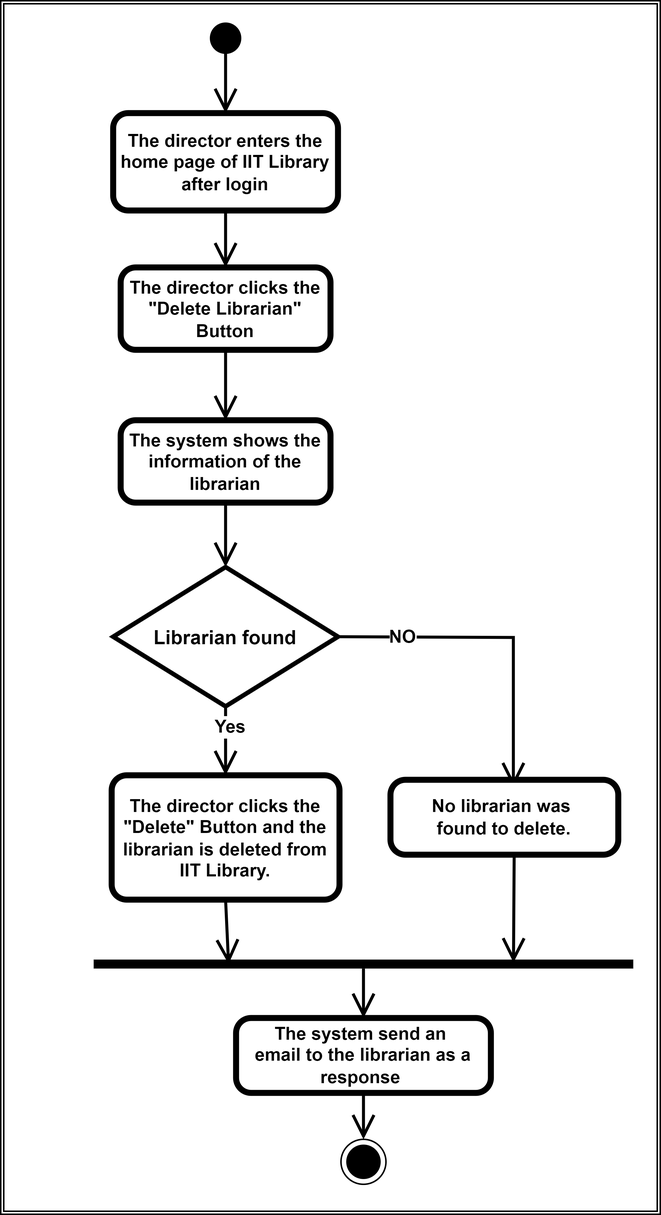
Before: SRS/Activity Diagram/Activity Diagram 27.png, a diagram exported from draw.io (IIT-NSTU/IIT-Library-2.0). Source tidied: cells renumbered, new cells last; positions are measured from the earlier drawing's top-left corner, leaving out a move shared by most shapes.
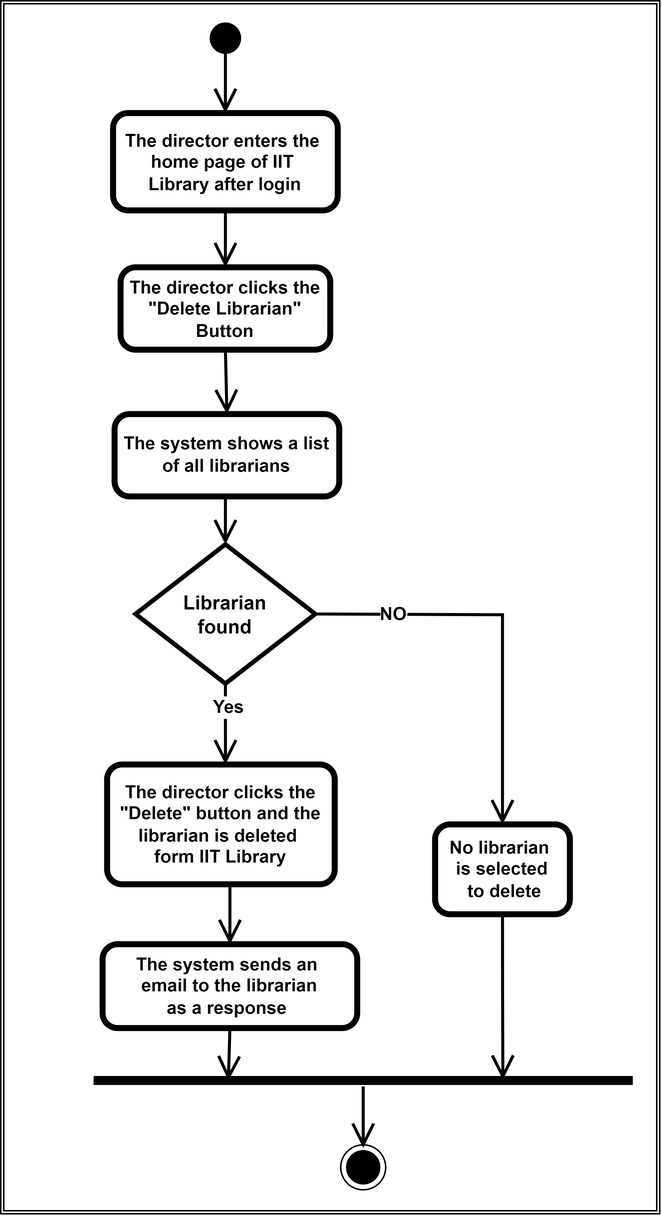
The same file after the commit.

Diff of the diagram source:
```diff
@@ -5,16 +5,13 @@
     <mxCell id="2" style="shape=ext;double=1;rounded=0;whiteSpace=wrap;html=1;fillStyle=solid;strokeColor=default;strokeWidth=1;fillColor=#FFFFFF;gradientColor=none;fontColor=#FFFFFF;spacingBottom=0;spacingTop=-6;spacingRight=2;spacingLeft=-4;" parent="1" vertex="1">
       <mxGeometry width="440" height="810" as="geometry" />
     </mxCell>
-    <mxCell id="3" style="ellipse;html=1;shape=endState;fillColor=#000000;strokeColor=#000000;" parent="1" vertex="1">
-      <mxGeometry x="227" y="760" width="30" height="30" as="geometry" />
-    </mxCell>
     <mxCell id="4" style="rounded=0;jettySize=auto;html=1;entryX=0.5;entryY=0;entryDx=0;entryDy=0;entryPerimeter=0;endArrow=open;endFill=0;endSize=12;strokeColor=#000000;strokeWidth=2;exitX=0.5;exitY=1;exitDx=0;exitDy=0;" parent="1" edge="1" source="7" target="6">
       <mxGeometry relative="1" as="geometry" />
     </mxCell>
     <mxCell id="5" style="edgeStyle=none;rounded=0;jettySize=auto;html=1;exitX=0.5;exitY=1;exitDx=0;exitDy=0;exitPerimeter=0;entryX=0.5;entryY=0;entryDx=0;entryDy=0;entryPerimeter=0;endArrow=open;endFill=0;endSize=12;strokeColor=#000000;strokeWidth=2;" parent="1" edge="1" source="6" target="9">
       <mxGeometry relative="1" as="geometry" />
     </mxCell>
-    <mxCell id="6" value="The director enters the home page of IIT Library after login" style="points=[[0.25,0,0],[0.5,0,0],[0.75,0,0],[1,0.25,0],[1,0.5,0],[1,0.75,0],[0.75,1,0],[0.5,1,0],[0.25,1,0],[0,0.75,0],[0,0.5,0],[0,0.25,0]];shape=mxgraph.bpmn.task;whiteSpace=wrap;rectStyle=rounded;size=10;bpmnShapeType=call;strokeColor=#000000;fontStyle=1;" parent="1" vertex="1">
+    <mxCell id="6" value="The director enters the &#10;home page of IIT &#10;Library after login" style="points=[[0.25,0,0],[0.5,0,0],[0.75,0,0],[1,0.25,0],[1,0.5,0],[1,0.75,0],[0.75,1,0],[0.5,1,0],[0.25,1,0],[0,0.75,0],[0,0.5,0],[0,0.25,0]];shape=mxgraph.bpmn.task;whiteSpace=wrap;rectStyle=rounded;size=10;bpmnShapeType=call;strokeColor=#000000;fontStyle=1;" parent="1" vertex="1">
       <mxGeometry x="75" y="75" width="150" height="65" as="geometry" />
     </mxCell>
     <mxCell id="7" style="ellipse;shape=doubleEllipse;whiteSpace=wrap;html=1;fillStyle=solid;strokeColor=default;strokeWidth=1;fillColor=#000000;gradientColor=none;" parent="1" vertex="1">
@@ -26,61 +23,60 @@
     <mxCell id="9" value="The director clicks the &quot;Delete Librarian&quot; Button" style="points=[[0.25,0,0],[0.5,0,0],[0.75,0,0],[1,0.25,0],[1,0.5,0],[1,0.75,0],[0.75,1,0],[0.5,1,0],[0.25,1,0],[0,0.75,0],[0,0.5,0],[0,0.25,0]];shape=mxgraph.bpmn.task;whiteSpace=wrap;rectStyle=rounded;size=10;bpmnShapeType=call;strokeColor=#000000;fontStyle=1;" parent="1" vertex="1">
       <mxGeometry x="80" y="178" width="140" height="55" as="geometry" />
     </mxCell>
-    <mxCell id="10" style="edgeStyle=none;rounded=0;jettySize=auto;html=1;exitX=0.5;exitY=1;exitDx=0;exitDy=0;exitPerimeter=0;fontSize=12;fontColor=#000000;startArrow=none;startFill=0;endArrow=open;endFill=0;startSize=12;endSize=12;strokeColor=#000000;strokeWidth=2;fontStyle=1;entryX=0.5;entryY=0;entryDx=0;entryDy=0;entryPerimeter=0;" parent="1" edge="1" source="14" target="16">
+    <mxCell id="10" style="edgeStyle=none;rounded=0;jettySize=auto;html=1;exitX=0.5;exitY=1;exitDx=0;exitDy=0;exitPerimeter=0;fontSize=12;fontColor=#000000;startArrow=none;startFill=0;endArrow=open;endFill=0;startSize=12;endSize=12;strokeColor=#000000;strokeWidth=2;fontStyle=1;entryX=0.52;entryY=-0.001;entryDx=0;entryDy=0;entryPerimeter=0;" parent="1" edge="1" source="14" target="16">
       <mxGeometry relative="1" as="geometry" />
     </mxCell>
     <mxCell id="11" value="Yes" style="edgeLabel;html=1;align=center;verticalAlign=middle;fontSize=12;fontColor=#000000;fontStyle=1;" parent="10" vertex="1">
       <mxGeometry x="-0.43" y="2" relative="1" as="geometry" />
     </mxCell>
-    <mxCell id="12" style="edgeStyle=none;rounded=0;jettySize=auto;html=1;exitX=1;exitY=0.5;exitDx=0;exitDy=0;exitPerimeter=0;entryX=0.5;entryY=0;entryDx=0;entryDy=0;entryPerimeter=0;fontSize=12;fontColor=#000000;startArrow=none;startFill=0;endArrow=open;endFill=0;startSize=12;endSize=12;strokeColor=#000000;strokeWidth=2;spacingLeft=0;spacingRight=3;" parent="1" edge="1" source="14">
+    <mxCell id="12" style="edgeStyle=none;rounded=0;jettySize=auto;html=1;exitX=1;exitY=0.5;exitDx=0;exitDy=0;exitPerimeter=0;entryX=0.5;entryY=0;entryDx=0;entryDy=0;entryPerimeter=0;fontSize=12;fontColor=#000000;startArrow=none;startFill=0;endArrow=open;endFill=0;startSize=12;endSize=12;strokeColor=#000000;strokeWidth=2;spacingLeft=0;spacingRight=3;" parent="1" edge="1" source="14" target="21">
       <mxGeometry relative="1" as="geometry">
-        <mxPoint x="342" y="525" as="targetPoint" />
         <Array as="points">
-          <mxPoint x="342" y="425" />
+          <mxPoint x="335" y="410" />
         </Array>
       </mxGeometry>
     </mxCell>
     <mxCell id="13" value="&lt;b&gt;NO&lt;/b&gt;" style="edgeLabel;html=1;align=center;verticalAlign=middle;fontSize=12;fontColor=#000000;" parent="12" vertex="1">
       <mxGeometry x="-0.61" relative="1" as="geometry" />
     </mxCell>
-    <mxCell id="14" value="&lt;font color=&quot;#000000&quot;&gt;Librarian found&lt;br&gt;&lt;/font&gt;" style="strokeWidth=3;html=1;shape=mxgraph.flowchart.decision;whiteSpace=wrap;fillStyle=solid;fontColor=#FFFFFF;fillColor=#FFFFFF;gradientColor=none;fontSize=13;fontStyle=1;" parent="1" vertex="1">
-      <mxGeometry x="75" y="378" width="150" height="93" as="geometry" />
+    <mxCell id="14" value="&lt;font color=&quot;#000000&quot;&gt;Librarian&lt;br&gt;found&lt;br&gt;&lt;/font&gt;" style="strokeWidth=3;html=1;shape=mxgraph.flowchart.decision;whiteSpace=wrap;fillStyle=solid;fontColor=#FFFFFF;fillColor=#FFFFFF;gradientColor=none;fontSize=13;fontStyle=1;" parent="1" vertex="1">
+      <mxGeometry x="90" y="363" width="120" height="93" as="geometry" />
     </mxCell>
-    <mxCell id="15" style="edgeStyle=none;rounded=0;jettySize=auto;html=1;exitX=0.5;exitY=1;exitDx=0;exitDy=0;exitPerimeter=0;entryX=0.25;entryY=0.5;entryDx=0;entryDy=0;entryPerimeter=0;fontSize=12;fontColor=#000000;startArrow=none;startFill=0;endArrow=open;endFill=0;startSize=12;endSize=12;strokeColor=#000000;strokeWidth=2;" parent="1" edge="1" source="16" target="20">
-      <mxGeometry relative="1" as="geometry" />
-    </mxCell>
+    <mxCell id="25" style="edgeStyle=orthogonalEdgeStyle;rounded=0;jettySize=auto;html=1;exitX=0.5;exitY=1;exitDx=0;exitDy=0;exitPerimeter=0;entryX=0.5;entryY=0;entryDx=0;entryDy=0;entryPerimeter=0;endArrow=open;endFill=0;endSize=12;strokeWidth=2;" parent="1" edge="1" source="16" target="24">
+      <mxGeometry relative="1" as="geometry" />
+    </mxCell>
-    <mxCell id="16" value="The director clicks the &quot;Delete&quot; Button and the librarian is deleted from IIT Library." style="points=[[0.25,0,0],[0.5,0,0],[0.75,0,0],[1,0.25,0],[1,0.5,0],[1,0.75,0],[0.75,1,0],[0.5,1,0],[0.25,1,0],[0,0.75,0],[0,0.5,0],[0,0.25,0]];shape=mxgraph.bpmn.task;whiteSpace=wrap;rectStyle=rounded;size=10;bpmnShapeType=call;strokeColor=#000000;fontStyle=1;" parent="1" vertex="1">
-      <mxGeometry x="74" y="517" width="152" height="83" as="geometry" />
+    <mxCell id="16" value="The director clicks the &quot;Delete&quot; button and the librarian is deleted &#10;form IIT Library" style="points=[[0.25,0,0],[0.5,0,0],[0.75,0,0],[1,0.25,0],[1,0.5,0],[1,0.75,0],[0.75,1,0],[0.5,1,0],[0.25,1,0],[0,0.75,0],[0,0.5,0],[0,0.25,0]];shape=mxgraph.bpmn.task;whiteSpace=wrap;rectStyle=rounded;size=10;bpmnShapeType=call;strokeColor=#000000;fontStyle=1;" parent="1" vertex="1">
+      <mxGeometry x="71" y="510" width="152" height="80" as="geometry" />
     </mxCell>
-    <mxCell id="17" style="edgeStyle=none;rounded=0;jettySize=auto;html=1;exitX=0.543;exitY=1.013;exitDx=0;exitDy=0;exitPerimeter=0;entryX=0.778;entryY=1;entryDx=0;entryDy=0;entryPerimeter=0;fontSize=12;fontColor=#000000;startArrow=none;startFill=0;endArrow=open;endFill=0;startSize=12;endSize=12;strokeColor=#000000;strokeWidth=2;" parent="1" edge="1" source="21">
-      <mxGeometry relative="1" as="geometry">
-        <mxPoint x="342.1" y="642" as="targetPoint" />
-      </mxGeometry>
-    </mxCell>
-    <mxCell id="18" style="edgeStyle=none;rounded=0;jettySize=auto;html=1;entryX=0.5;entryY=0;entryDx=0;entryDy=0;fontSize=12;fontColor=#000000;startArrow=none;startFill=0;endArrow=open;endFill=0;startSize=12;endSize=12;strokeColor=#000000;strokeWidth=2;" parent="1" edge="1" target="3">
+    <mxCell id="18" style="edgeStyle=none;rounded=0;orthogonalLoop=1;jettySize=auto;html=1;fontSize=12;fontColor=#000000;startArrow=none;startFill=0;endArrow=open;endFill=0;startSize=12;endSize=12;strokeColor=#000000;strokeWidth=2;" parent="1" edge="1">
       <mxGeometry relative="1" as="geometry">
-        <mxPoint x="242" y="720" as="sourcePoint" />
+        <mxPoint x="242" y="725" as="sourcePoint" />
+        <mxPoint x="242" y="766" as="targetPoint" />
       </mxGeometry>
     </mxCell>
-    <mxCell id="19" style="edgeStyle=none;rounded=0;jettySize=auto;html=1;entryX=0.5;entryY=0;entryDx=0;entryDy=0;entryPerimeter=0;fontSize=12;fontColor=#000000;startArrow=none;startFill=0;endArrow=open;endFill=0;startSize=12;endSize=12;strokeColor=#000000;strokeWidth=2;" parent="1" edge="1" target="24">
-      <mxGeometry relative="1" as="geometry">
-        <mxPoint x="242" y="646" as="sourcePoint" />
-      </mxGeometry>
-    </mxCell>
     <mxCell id="20" style="line;strokeWidth=6;html=1;fillStyle=solid;fontColor=#FFFFFF;fillColor=#FFFFFF;gradientColor=none;" parent="1" vertex="1">
-      <mxGeometry x="62" y="638" width="360" height="10" as="geometry" />
+      <mxGeometry x="62" y="716" width="360" height="10" as="geometry" />
     </mxCell>
+    <mxCell id="26" style="edgeStyle=orthogonalEdgeStyle;rounded=0;jettySize=auto;html=1;exitX=0.5;exitY=1;exitDx=0;exitDy=0;exitPerimeter=0;entryX=0.759;entryY=0.452;entryDx=0;entryDy=0;entryPerimeter=0;endArrow=open;endFill=0;endSize=12;strokeWidth=2;" parent="1" edge="1" source="21" target="20">
+      <mxGeometry relative="1" as="geometry" />
+    </mxCell>
-    <mxCell id="21" value="No librarian was &#10;found to delete." style="points=[[0.25,0,0],[0.5,0,0],[0.75,0,0],[1,0.25,0],[1,0.5,0],[1,0.75,0],[0.75,1,0],[0.5,1,0],[0.25,1,0],[0,0.75,0],[0,0.5,0],[0,0.25,0]];shape=mxgraph.bpmn.task;whiteSpace=wrap;rectStyle=rounded;size=10;bpmnShapeType=call;strokeColor=#000000;fontStyle=1;" parent="1" vertex="1">
-      <mxGeometry x="260" y="520" width="152" height="50" as="geometry" />
+    <mxCell id="21" value="No librarian &#10;is selected&#10; to delete" style="points=[[0.25,0,0],[0.5,0,0],[0.75,0,0],[1,0.25,0],[1,0.5,0],[1,0.75,0],[0.75,1,0],[0.5,1,0],[0.25,1,0],[0,0.75,0],[0,0.5,0],[0,0.25,0]];shape=mxgraph.bpmn.task;whiteSpace=wrap;rectStyle=rounded;size=10;bpmnShapeType=call;strokeColor=#000000;fontStyle=1;" parent="1" vertex="1">
+      <mxGeometry x="290" y="550" width="90" height="60" as="geometry" />
     </mxCell>
-    <mxCell id="22" style="edgeStyle=none;rounded=0;jettySize=auto;html=1;exitX=0.5;exitY=1;exitDx=0;exitDy=0;exitPerimeter=0;entryX=0.5;entryY=0;entryDx=0;entryDy=0;entryPerimeter=0;fontSize=12;fontColor=#000000;startArrow=none;startFill=0;endArrow=open;endFill=0;startSize=12;endSize=12;strokeColor=#000000;strokeWidth=2;" parent="1" edge="1" source="23" target="14">
+    <mxCell id="22" style="edgeStyle=orthogonalEdgeStyle;rounded=0;jettySize=auto;html=1;exitX=0.5;exitY=1;exitDx=0;exitDy=0;exitPerimeter=0;entryX=0.5;entryY=0;entryDx=0;entryDy=0;entryPerimeter=0;endArrow=open;endFill=0;endSize=12;strokeWidth=2;" parent="1" edge="1" source="23" target="14">
       <mxGeometry relative="1" as="geometry" />
     </mxCell>
-    <mxCell id="23" value="The system shows the information of the librarian" style="points=[[0.25,0,0],[0.5,0,0],[0.75,0,0],[1,0.25,0],[1,0.5,0],[1,0.75,0],[0.75,1,0],[0.5,1,0],[0.25,1,0],[0,0.75,0],[0,0.5,0],[0,0.25,0]];shape=mxgraph.bpmn.task;whiteSpace=wrap;rectStyle=rounded;size=10;bpmnShapeType=call;strokeColor=#000000;fontStyle=1;" parent="1" vertex="1">
-      <mxGeometry x="80" y="280" width="140" height="55" as="geometry" />
+    <mxCell id="23" value="The system shows a list of all librarians" style="points=[[0.25,0,0],[0.5,0,0],[0.75,0,0],[1,0.25,0],[1,0.5,0],[1,0.75,0],[0.75,1,0],[0.5,1,0],[0.25,1,0],[0,0.75,0],[0,0.5,0],[0,0.25,0]];shape=mxgraph.bpmn.task;whiteSpace=wrap;rectStyle=rounded;size=10;bpmnShapeType=call;strokeColor=#000000;fontStyle=1;" parent="1" vertex="1">
+      <mxGeometry x="76" y="276" width="150" height="55" as="geometry" />
     </mxCell>
+    <mxCell id="27" style="edgeStyle=orthogonalEdgeStyle;rounded=0;jettySize=auto;html=1;exitX=0.5;exitY=1;exitDx=0;exitDy=0;exitPerimeter=0;entryX=0.25;entryY=0.5;entryDx=0;entryDy=0;entryPerimeter=0;endArrow=open;endFill=0;endSize=12;strokeWidth=2;" parent="1" edge="1" source="24" target="20">
+      <mxGeometry relative="1" as="geometry" />
+    </mxCell>
-    <mxCell id="24" value="The system send an &#10;email to the librarian as a response " style="points=[[0.25,0,0],[0.5,0,0],[0.75,0,0],[1,0.25,0],[1,0.5,0],[1,0.75,0],[0.75,1,0],[0.5,1,0],[0.25,1,0],[0,0.75,0],[0,0.5,0],[0,0.25,0]];shape=mxgraph.bpmn.task;whiteSpace=wrap;rectStyle=rounded;size=10;bpmnShapeType=call;strokeColor=#000000;fontStyle=1;" parent="1" vertex="1">
-      <mxGeometry x="157" y="679" width="170" height="50" as="geometry" />
+    <mxCell id="24" value="The system sends an &#10;email to the librarian&#10;as a response " style="points=[[0.25,0,0],[0.5,0,0],[0.75,0,0],[1,0.25,0],[1,0.5,0],[1,0.75,0],[0.75,1,0],[0.5,1,0],[0.25,1,0],[0,0.75,0],[0,0.5,0],[0,0.25,0]];shape=mxgraph.bpmn.task;whiteSpace=wrap;rectStyle=rounded;size=10;bpmnShapeType=call;strokeColor=#000000;fontStyle=1;" parent="1" vertex="1">
+      <mxGeometry x="68" y="630" width="170" height="56" as="geometry" />
     </mxCell>
+    <mxCell id="3" style="ellipse;html=1;shape=endState;fillColor=#000000;strokeColor=#000000;" parent="1" vertex="1">
+      <mxGeometry x="227" y="764" width="30" height="30" as="geometry" />
+    </mxCell>
   </root>
 </mxGraphModel>
```
